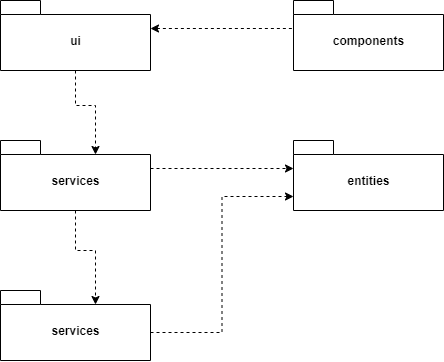
This is dokumentaatio/kuvat/pakkausrakenne.png from k0psutin/ohte-2020, a draw.io export, as it was before one commit. Source tidied: cells renumbered, new cells last; positions are measured from the earlier drawing's top-left corner, leaving out a move shared by most shapes.
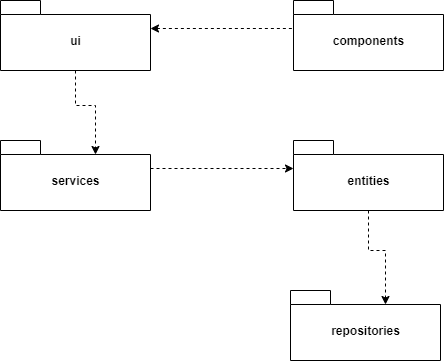
The same file after the commit.

Diff of the diagram source:
```diff
@@ -14,23 +14,20 @@
     <mxCell id="5" value="components" style="shape=folder;fontStyle=1;spacingTop=10;tabWidth=40;tabHeight=14;tabPosition=left;html=1;" parent="1" vertex="1">
       <mxGeometry x="293" width="150" height="70" as="geometry" />
     </mxCell>
-    <mxCell id="6" style="edgeStyle=orthogonalEdgeStyle;rounded=0;jettySize=auto;html=1;exitX=0.5;exitY=1;exitDx=0;exitDy=0;exitPerimeter=0;entryX=0;entryY=0;entryDx=95;entryDy=14;entryPerimeter=0;dashed=1;" parent="1" edge="1" source="8" target="11">
-      <mxGeometry relative="1" as="geometry" />
-    </mxCell>
     <mxCell id="7" style="edgeStyle=orthogonalEdgeStyle;rounded=0;jettySize=auto;html=1;exitX=0;exitY=0;exitDx=150;exitDy=28;exitPerimeter=0;entryX=0;entryY=0;entryDx=0;entryDy=28;entryPerimeter=0;dashed=1;" parent="1" edge="1" source="8" target="9">
       <mxGeometry relative="1" as="geometry" />
     </mxCell>
     <mxCell id="8" value="services" style="shape=folder;fontStyle=1;spacingTop=10;tabWidth=40;tabHeight=14;tabPosition=left;html=1;" parent="1" vertex="1">
       <mxGeometry y="140" width="150" height="70" as="geometry" />
     </mxCell>
+    <mxCell id="12" style="edgeStyle=orthogonalEdgeStyle;rounded=0;jettySize=auto;html=1;exitX=0.5;exitY=1;exitDx=0;exitDy=0;exitPerimeter=0;entryX=0;entryY=0;entryDx=95;entryDy=14;entryPerimeter=0;dashed=1;" parent="1" edge="1" source="9" target="11">
+      <mxGeometry relative="1" as="geometry" />
+    </mxCell>
     <mxCell id="9" value="entities" style="shape=folder;fontStyle=1;spacingTop=10;tabWidth=40;tabHeight=14;tabPosition=left;html=1;" parent="1" vertex="1">
       <mxGeometry x="293" y="140" width="150" height="70" as="geometry" />
     </mxCell>
-    <mxCell id="10" style="edgeStyle=orthogonalEdgeStyle;rounded=0;jettySize=auto;html=1;exitX=0;exitY=0;exitDx=150;exitDy=42;exitPerimeter=0;entryX=0;entryY=0;entryDx=0;entryDy=56;entryPerimeter=0;dashed=1;" parent="1" edge="1" source="11" target="9">
-      <mxGeometry relative="1" as="geometry" />
-    </mxCell>
-    <mxCell id="11" value="services" style="shape=folder;fontStyle=1;spacingTop=10;tabWidth=40;tabHeight=14;tabPosition=left;html=1;" parent="1" vertex="1">
-      <mxGeometry y="290" width="150" height="70" as="geometry" />
+    <mxCell id="11" value="repositories" style="shape=folder;fontStyle=1;spacingTop=10;tabWidth=40;tabHeight=14;tabPosition=left;html=1;" parent="1" vertex="1">
+      <mxGeometry x="290" y="290" width="150" height="70" as="geometry" />
     </mxCell>
   </root>
 </mxGraphModel>
```
